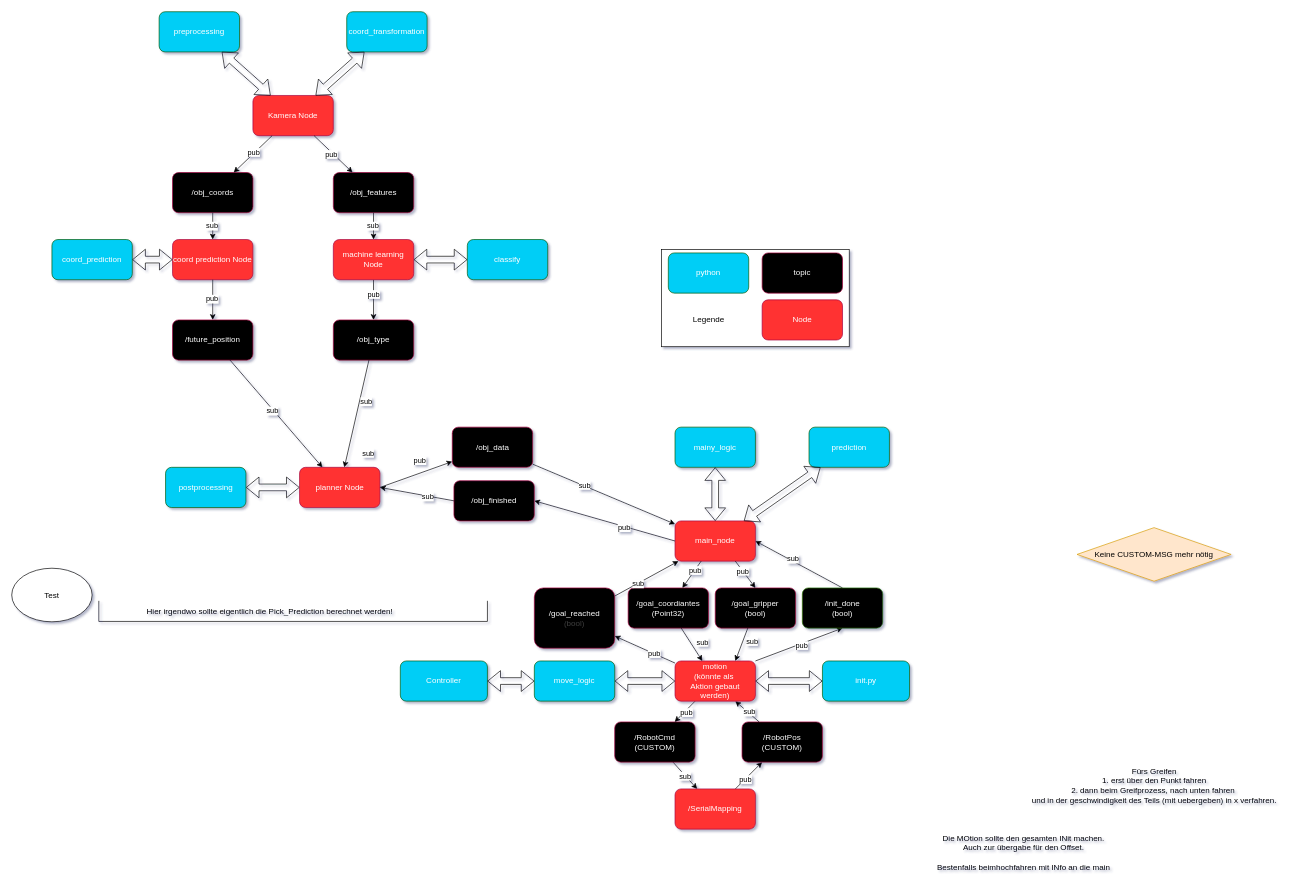
This is misc/architecture/SW_architecture_v3_pending.drawio from ibinsandig/Portal-zur-Exmatrikulation, a draw.io file, before an edit. Source tidied: cells renumbered, new cells numbered last; positions are measured from the earlier drawing's top-left corner, leaving out a move shared by most shapes. Both pictures are drawn from the tidied source at 67%, with x=0, y=0 at pixel (11, 11).
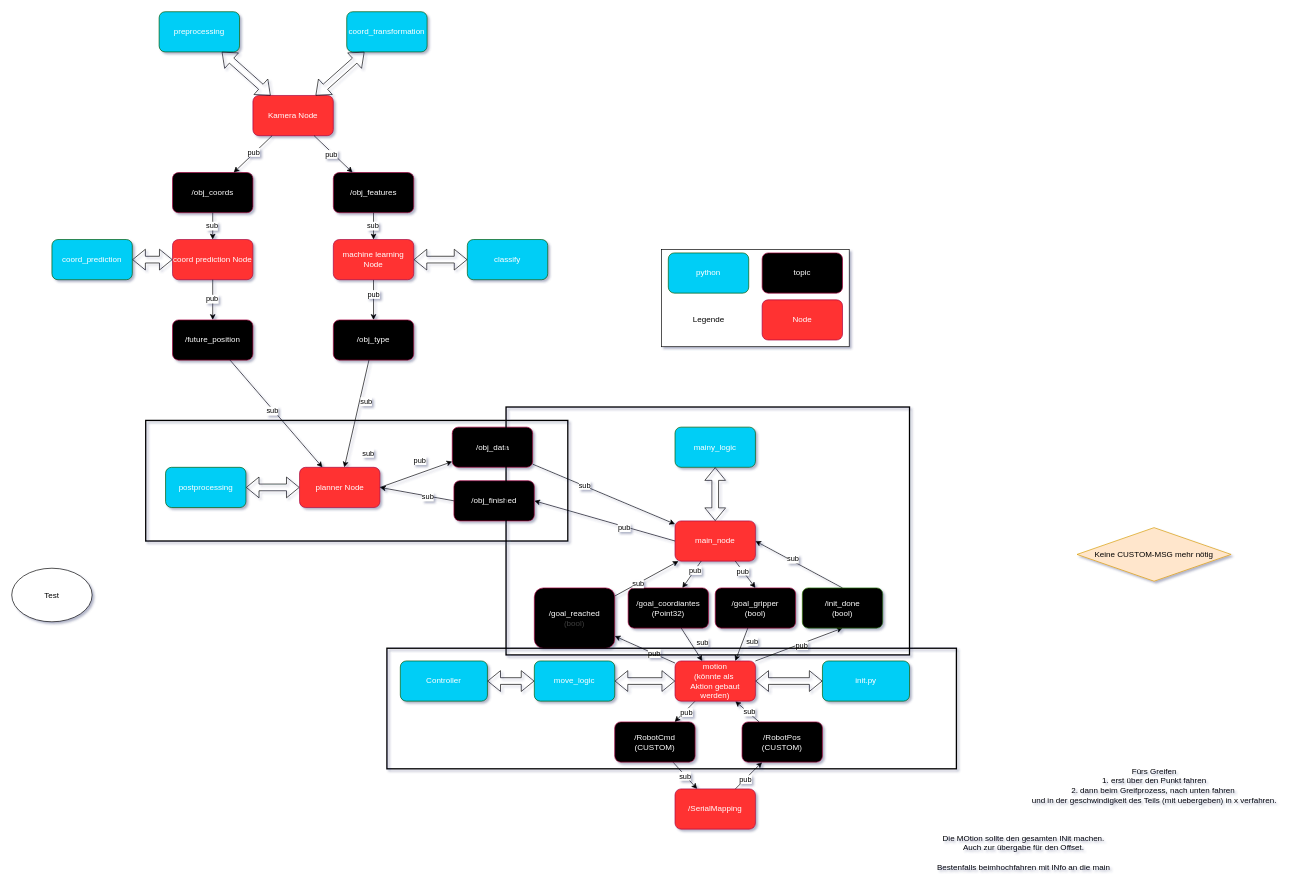
Above is the later version.

Unchanged cells that the change refers to:
```xml
<mxCell id="2" value="main_node" style="rounded=1;whiteSpace=wrap;html=1;fillColor=#FF3333;fontColor=#ffffff;strokeColor=#A50040;" parent="1" vertex="1">
  <mxGeometry x="990" y="760" width="120" height="60" as="geometry" />
</mxCell>
```

What changed in the source:
```diff
@@
-    <mxCell id="26" value="prediction" style="rounded=1;whiteSpace=wrap;html=1;fillColor=light-dark(#04cef6, #43ba43);fontColor=#ffffff;strokeColor=#005700;" parent="1" vertex="1">
-      <mxGeometry x="1190" y="620" width="120" height="60" as="geometry" />
-    </mxCell>
-    <mxCell id="27" style="shape=flexArrow;endArrow=classic;startArrow=classic;html=1;" parent="1" edge="1" source="2" target="26">
-      <mxGeometry relative="1" as="geometry" />
-    </mxCell>
@@
-    <mxCell id="94" value="Hier irgendwo sollte eigentlich die Pick_Prediction berechnet werden!" style="text;html=1;align=center;verticalAlign=middle;strokeColor=none;fillColor=none;" parent="1" vertex="1">
-      <mxGeometry x="190" y="880" width="390" height="30" as="geometry" />
-    </mxCell>
-    <mxCell id="95" style="shape=partialRectangle;whiteSpace=wrap;html=1;bottom=1;right=1;left=1;top=0;fillColor=none;routingCenterX=-0.5;" parent="1" vertex="1">
-      <mxGeometry x="130" y="880" width="580" height="30" as="geometry" />
-    </mxCell>
@@
+    <mxCell id="101" style="rounded=0;whiteSpace=wrap;html=1;fillColor=none;strokeWidth=2;" parent="1" vertex="1">
+      <mxGeometry x="200" y="610" width="630" height="180" as="geometry" />
+    </mxCell>
+    <mxCell id="102" style="rounded=0;whiteSpace=wrap;html=1;fillColor=none;strokeWidth=2;" parent="1" vertex="1">
+      <mxGeometry x="737.8" y="590" width="602.2" height="370" as="geometry" />
+    </mxCell>
+    <mxCell id="103" style="rounded=0;whiteSpace=wrap;html=1;fillColor=none;strokeWidth=2;" parent="1" vertex="1">
+      <mxGeometry x="560" y="950" width="850" height="180" as="geometry" />
+    </mxCell>
```
